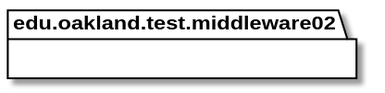
Before: docs/uml-class-diagrams/middleware02/test/Middleware02TestPackage.svg, a diagram exported from PlantUML (andrewdimmer/csi-3370-software-project).
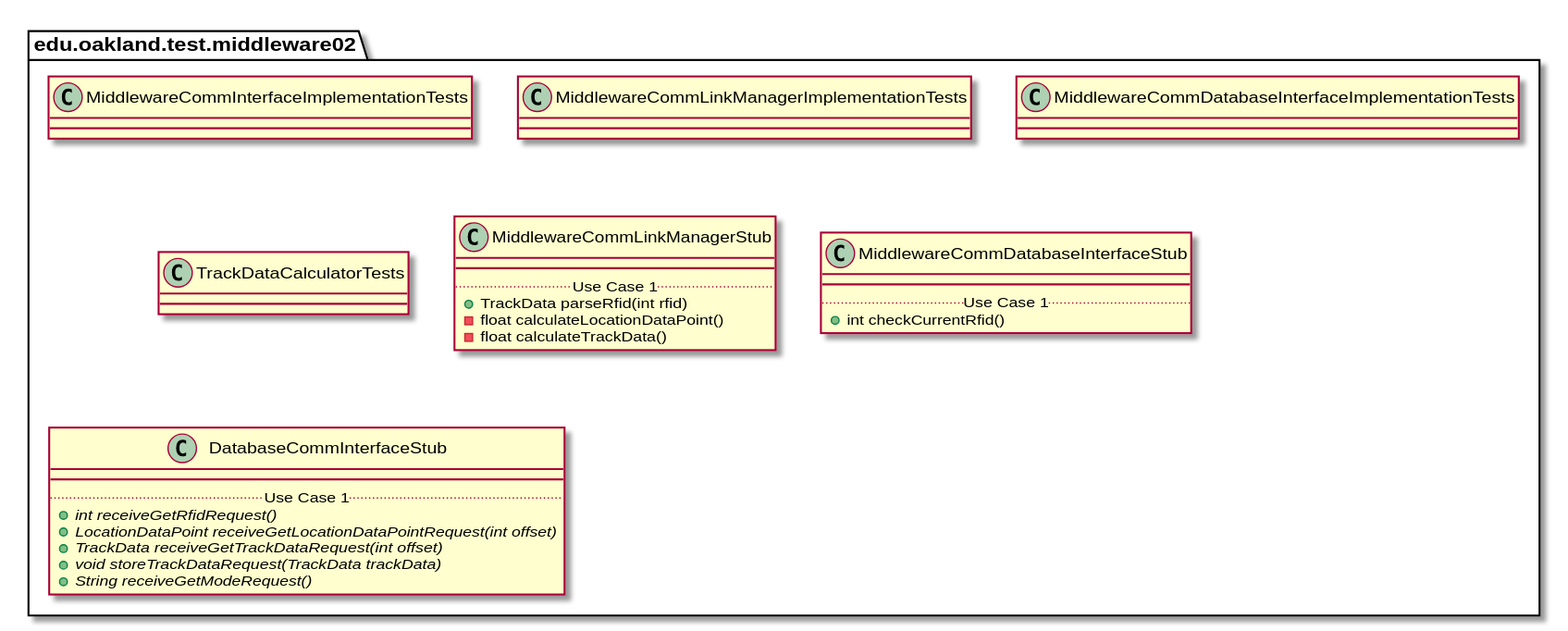
Later version of the same file.

Change to the diagram source:
```diff
@@ -4,4 +4,66 @@
 
 }
 
+
+package edu.oakland.test.middleware02 {
+    class MiddlewareCommInterfaceImplementationTests {
+
+    }
+}
+
+
+package edu.oakland.test.middleware02 {
+    class MiddlewareCommLinkManagerImplementationTests {
+
+    }
+}
+
+
+package edu.oakland.test.middleware02 {
+    class MiddlewareCommDatabaseInterfaceImplementationTests {
+
+    }
+}
+
+
+package edu.oakland.test.middleware02 {
+    class TrackDataCalculatorTests {
+
+    }
+}
+
+
+package edu.oakland.test.middleware02 {
+    class MiddlewareCommLinkManagerStub {
+        __
+        .. Use Case 1 ..
+        + TrackData parseRfid(int rfid)
+        - float calculateLocationDataPoint()
+        - float calculateTrackData()
+    }
+}
+
+
+package edu.oakland.test.middleware02 {
+    class MiddlewareCommDatabaseInterfaceStub {
+        __
+        .. Use Case 1 ..
+        + int checkCurrentRfid()
+    }
+}
+
+
+package edu.oakland.test.middleware02 {
+    class DatabaseCommInterfaceStub {
+        __
+        .. Use Case 1 ..
+        {abstract} + int receiveGetRfidRequest()
+        {abstract} + LocationDataPoint receiveGetLocationDataPointRequest(int offset)
+        {abstract} + TrackData receiveGetTrackDataRequest(int offset)
+        {abstract} + void storeTrackDataRequest(TrackData trackData)
+        {abstract} + String receiveGetModeRequest()
+    }
+}
+
+
 @enduml
```
